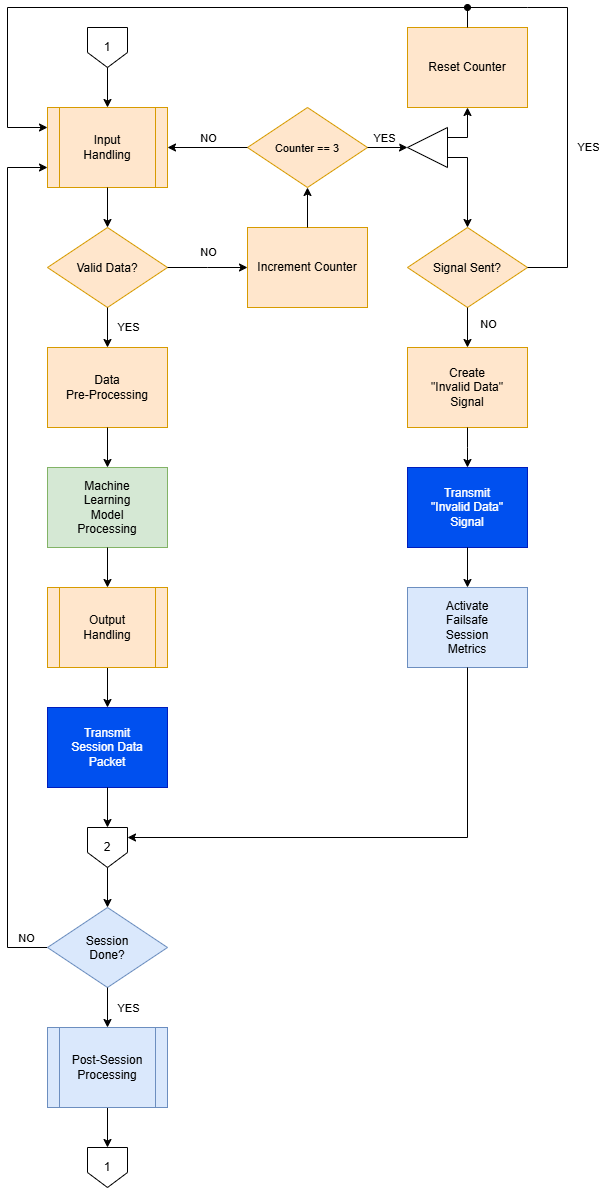
The draw.io diagram system-architecture/assets/sys-op-fc-2.png in ARRR-Coen-Elec-490/docs, before a commit. Source tidied: cells renumbered, new cells last; positions are measured from the earlier drawing's top-left corner, leaving out a move shared by most shapes.
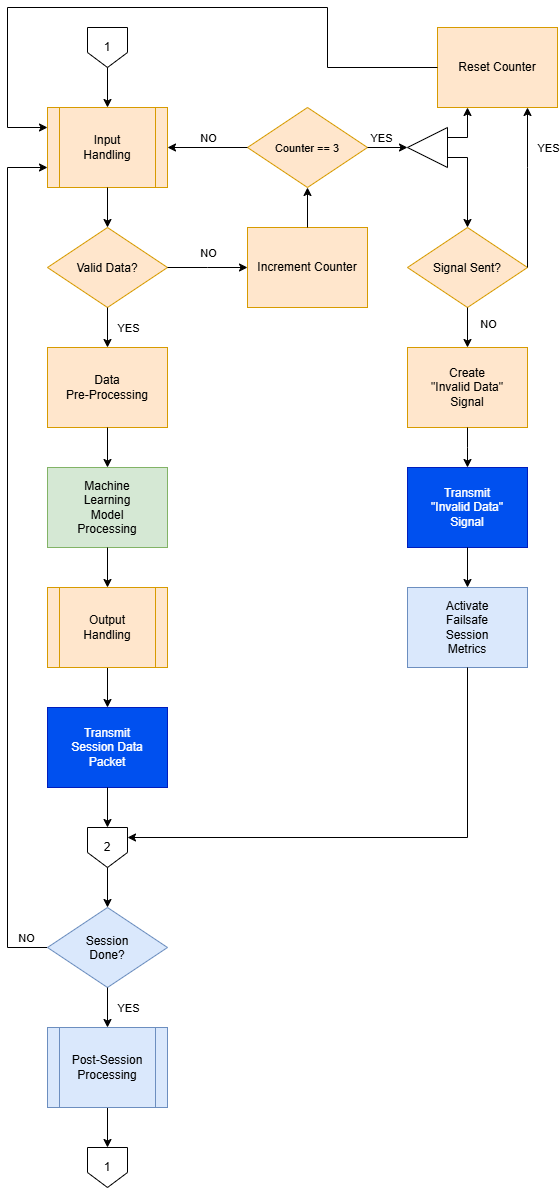
Above is the later version.

Commit message:
Operational Flowchart Changes

Diff of the diagram source:
```diff
@@ -110,7 +110,7 @@
     </mxCell>
     <mxCell id="32" value="YES" style="edgeLabel;html=1;align=center;verticalAlign=middle;inheritText=1;defaultLabelBackgroundColor=page;labelPadding=0 4;" parent="31" vertex="1">
       <mxGeometry x="-0.32" relative="1" as="geometry">
-        <mxPoint x="2" y="-10" as="offset" />
+        <mxPoint y="-10" as="offset" />
       </mxGeometry>
     </mxCell>
     <mxCell id="33" style="endArrow=classic;html=1;rounded=0;defaultLabelBackgroundColor=page;labelPadding=0 4;exitX=0;exitY=0.25;exitDx=0;exitDy=0;" parent="1" edge="1" source="30">
@@ -132,90 +132,85 @@
         <mxPoint x="20" as="offset" />
       </mxGeometry>
     </mxCell>
-    <mxCell id="37" style="endArrow=none;html=1;rounded=0;defaultLabelBackgroundColor=page;labelPadding=0 4;exitX=1;exitY=0.5;exitDx=0;exitDy=0;" parent="1" edge="1" source="34">
-      <mxGeometry relative="1" as="geometry">
-        <mxPoint x="460" y="3" as="targetPoint" />
-        <Array as="points">
-          <mxPoint x="560" y="263" />
-          <mxPoint x="560" y="3" />
-          <mxPoint x="520" y="3" />
-        </Array>
-      </mxGeometry>
+    <mxCell id="37" value="Reset Counter" style="rounded=0;whiteSpace=wrap;html=1;fillColor=#ffe6cc;strokeColor=#d79b00;" parent="1" vertex="1">
+      <mxGeometry x="430" y="23" width="120" height="80" as="geometry" />
     </mxCell>
-    <mxCell id="38" value="YES" style="edgeLabel;html=1;align=center;verticalAlign=middle;inheritText=1;defaultLabelBackgroundColor=page;labelPadding=0 4;" parent="37" vertex="1">
-      <mxGeometry x="-0.23" y="-1" relative="1" as="geometry">
-        <mxPoint x="19" y="-6" as="offset" />
+    <mxCell id="38" style="endArrow=classic;html=1;rounded=0;defaultLabelBackgroundColor=page;labelPadding=0 4;entryX=0;entryY=0.25;entryDx=0;entryDy=0;exitX=0;exitY=0.5;exitDx=0;exitDy=0;" parent="1" edge="1" source="37" target="2">
+      <mxGeometry x="-0.03" relative="1" as="geometry">
+        <Array as="points">
+          <mxPoint x="320" y="63" />
+          <mxPoint x="320" y="3" />
+          <mxPoint y="3" />
+          <mxPoint y="123" />
+        </Array>
       </mxGeometry>
     </mxCell>
-    <mxCell id="39" style="ellipse;whiteSpace=wrap;html=1;shapeInside=1;fillColor=#000000;" parent="1" vertex="1">
-      <mxGeometry x="457" width="6" height="6" as="geometry" />
+    <mxCell id="39" style="endArrow=classic;html=1;rounded=0;defaultLabelBackgroundColor=page;labelPadding=0 4;entryX=0.25;entryY=1;entryDx=0;entryDy=0;exitX=0;exitY=0.75;exitDx=0;exitDy=0;" parent="1" edge="1" source="30" target="37">
+      <mxGeometry relative="1" as="geometry">
+        <Array as="points">
+          <mxPoint x="460" y="133" />
+        </Array>
+      </mxGeometry>
     </mxCell>
-    <mxCell id="40" value="Reset Counter" style="rounded=0;whiteSpace=wrap;html=1;fillColor=#ffe6cc;strokeColor=#d79b00;" parent="1" vertex="1">
-      <mxGeometry x="400" y="23" width="120" height="80" as="geometry" />
+    <mxCell id="40" style="endArrow=classic;html=1;rounded=0;defaultLabelBackgroundColor=page;labelPadding=0 4;exitX=0.5;exitY=1;exitDx=0;exitDy=0;entryX=0.5;entryY=0;entryDx=0;entryDy=0;entryPerimeter=0;" parent="1" edge="1" source="25" target="29">
+      <mxGeometry relative="1" as="geometry" />
     </mxCell>
-    <mxCell id="41" style="endArrow=classic;html=1;rounded=0;defaultLabelBackgroundColor=page;labelPadding=0 4;entryX=0;entryY=0.25;entryDx=0;entryDy=0;exitX=0.5;exitY=0;exitDx=0;exitDy=0;" parent="1" edge="1" source="40" target="2">
-      <mxGeometry x="-0.02" relative="1" as="geometry">
+    <mxCell id="41" style="endArrow=classic;html=1;rounded=0;defaultLabelBackgroundColor=page;labelPadding=0 4;exitX=0.5;exitY=1;exitDx=0;exitDy=0;entryX=1;entryY=0.25;entryDx=0;entryDy=0;entryPerimeter=0;" parent="1" edge="1" source="22" target="29">
+      <mxGeometry relative="1" as="geometry">
         <Array as="points">
-          <mxPoint x="460" y="3" />
-          <mxPoint y="3" />
-          <mxPoint y="123" />
+          <mxPoint x="460" y="833" />
         </Array>
       </mxGeometry>
     </mxCell>
-    <mxCell id="42" style="endArrow=classic;html=1;rounded=0;defaultLabelBackgroundColor=page;labelPadding=0 4;entryX=0.5;entryY=1;entryDx=0;entryDy=0;exitX=0;exitY=0.75;exitDx=0;exitDy=0;" parent="1" edge="1" source="30" target="40">
-      <mxGeometry relative="1" as="geometry">
+    <mxCell id="42" style="endArrow=classic;html=1;rounded=0;defaultLabelBackgroundColor=page;labelPadding=0 4;entryX=0;entryY=0.75;entryDx=0;entryDy=0;exitX=0;exitY=0.5;exitDx=0;exitDy=0;" parent="1" edge="1" source="44" target="2">
+      <mxGeometry x="0.08" relative="1" as="geometry">
         <Array as="points">
-          <mxPoint x="460" y="133" />
+          <mxPoint y="943" />
+          <mxPoint y="163" />
         </Array>
       </mxGeometry>
     </mxCell>
-    <mxCell id="43" style="endArrow=classic;html=1;rounded=0;defaultLabelBackgroundColor=page;labelPadding=0 4;exitX=0.5;exitY=1;exitDx=0;exitDy=0;entryX=0.5;entryY=0;entryDx=0;entryDy=0;entryPerimeter=0;" parent="1" edge="1" source="25" target="29">
-      <mxGeometry relative="1" as="geometry" />
+    <mxCell id="43" value="NO" style="edgeLabel;html=1;align=center;verticalAlign=middle;inheritText=1;defaultLabelBackgroundColor=page;labelPadding=0 4;" parent="42" vertex="1">
+      <mxGeometry x="-0.95" relative="1" as="geometry">
+        <mxPoint y="-10" as="offset" />
+      </mxGeometry>
     </mxCell>
-    <mxCell id="44" style="endArrow=classic;html=1;rounded=0;defaultLabelBackgroundColor=page;labelPadding=0 4;exitX=0.5;exitY=1;exitDx=0;exitDy=0;entryX=1;entryY=0.25;entryDx=0;entryDy=0;entryPerimeter=0;" parent="1" edge="1" source="22" target="29">
-      <mxGeometry relative="1" as="geometry">
-        <Array as="points">
-          <mxPoint x="460" y="833" />
-        </Array>
-      </mxGeometry>
+    <mxCell id="44" value="Session&lt;div&gt;Done?&lt;/div&gt;" style="rhombus;whiteSpace=wrap;html=1;shapeInside=1;fillColor=#dae8fc;strokeColor=#6c8ebf;" parent="1" vertex="1">
+      <mxGeometry x="40" y="903" width="120" height="80" as="geometry" />
     </mxCell>
-    <mxCell id="45" style="endArrow=classic;html=1;rounded=0;defaultLabelBackgroundColor=page;labelPadding=0 4;entryX=0;entryY=0.75;entryDx=0;entryDy=0;exitX=0;exitY=0.5;exitDx=0;exitDy=0;" parent="1" edge="1" source="47" target="2">
-      <mxGeometry x="0.08" relative="1" as="geometry">
-        <Array as="points">
-          <mxPoint y="943" />
-          <mxPoint y="163" />
-        </Array>
-      </mxGeometry>
+    <mxCell id="45" style="endArrow=classic;html=1;rounded=0;defaultLabelBackgroundColor=page;labelPadding=0 4;exitX=0.5;exitY=1;exitDx=0;exitDy=0;exitPerimeter=0;entryX=0.5;entryY=0;entryDx=0;entryDy=0;" parent="1" edge="1" source="29" target="44">
+      <mxGeometry relative="1" as="geometry" />
     </mxCell>
-    <mxCell id="46" value="NO" style="edgeLabel;html=1;align=center;verticalAlign=middle;inheritText=1;defaultLabelBackgroundColor=page;labelPadding=0 4;" parent="45" vertex="1">
-      <mxGeometry x="-0.95" relative="1" as="geometry">
-        <mxPoint y="-10" as="offset" />
+    <mxCell id="46" style="endArrow=classic;html=1;rounded=0;defaultLabelBackgroundColor=page;labelPadding=0 4;entryX=0.5;entryY=0;entryDx=0;entryDy=0;" parent="1" edge="1" target="50">
+      <mxGeometry relative="1" as="geometry">
+        <mxPoint x="100" y="983" as="sourcePoint" />
       </mxGeometry>
     </mxCell>
-    <mxCell id="47" value="Session&lt;div&gt;Done?&lt;/div&gt;" style="rhombus;whiteSpace=wrap;html=1;shapeInside=1;fillColor=#dae8fc;strokeColor=#6c8ebf;" parent="1" vertex="1">
-      <mxGeometry x="40" y="903" width="120" height="80" as="geometry" />
+    <mxCell id="47" value="YES" style="edgeLabel;html=1;align=center;verticalAlign=middle;points=[];inheritText=1;defaultLabelBackgroundColor=page;labelPadding=0 4;" parent="46" vertex="1">
+      <mxGeometry x="0.15" relative="1" as="geometry">
+        <mxPoint x="20" y="-3" as="offset" />
+      </mxGeometry>
     </mxCell>
-    <mxCell id="48" style="endArrow=classic;html=1;rounded=0;defaultLabelBackgroundColor=page;labelPadding=0 4;exitX=0.5;exitY=1;exitDx=0;exitDy=0;exitPerimeter=0;entryX=0.5;entryY=0;entryDx=0;entryDy=0;" parent="1" edge="1" source="29" target="47">
-      <mxGeometry relative="1" as="geometry" />
+    <mxCell id="48" value="1" style="shape=offPageConnector;whiteSpace=wrap;html=1;rotation=0;" parent="1" vertex="1">
+      <mxGeometry x="80" y="1143" width="40" height="40" as="geometry" />
     </mxCell>
-    <mxCell id="49" style="endArrow=classic;html=1;rounded=0;defaultLabelBackgroundColor=page;labelPadding=0 4;entryX=0.5;entryY=0;entryDx=0;entryDy=0;" parent="1" edge="1" target="53">
-      <mxGeometry relative="1" as="geometry">
-        <mxPoint x="100" y="983" as="sourcePoint" />
-      </mxGeometry>
+    <mxCell id="49" style="endArrow=classic;html=1;rounded=0;defaultLabelBackgroundColor=page;labelPadding=0 4;entryX=0.5;entryY=0;entryDx=0;entryDy=0;entryPerimeter=0;exitX=0.5;exitY=1;exitDx=0;exitDy=0;" parent="1" edge="1" source="50" target="48">
+      <mxGeometry relative="1" as="geometry" />
     </mxCell>
-    <mxCell id="50" value="YES" style="edgeLabel;html=1;align=center;verticalAlign=middle;points=[];inheritText=1;defaultLabelBackgroundColor=page;labelPadding=0 4;" parent="49" vertex="1">
-      <mxGeometry x="0.15" relative="1" as="geometry">
-        <mxPoint x="20" y="-3" as="offset" />
-      </mxGeometry>
+    <mxCell id="50" value="Post-Session&lt;div&gt;Processing&lt;/div&gt;" style="shape=process;whiteSpace=wrap;html=1;backgroundOutline=1;fillColor=#dae8fc;strokeColor=#6c8ebf;" parent="1" vertex="1">
+      <mxGeometry x="40" y="1023" width="120" height="80" as="geometry" />
     </mxCell>
-    <mxCell id="51" value="1" style="shape=offPageConnector;whiteSpace=wrap;html=1;rotation=0;" parent="1" vertex="1">
-      <mxGeometry x="80" y="1143" width="40" height="40" as="geometry" />
+    <mxCell id="51" style="endArrow=classic;html=1;rounded=0;defaultLabelBackgroundColor=page;labelPadding=0 4;entryX=0.75;entryY=1;entryDx=0;entryDy=0;exitX=1;exitY=0.5;exitDx=0;exitDy=0;" parent="1" edge="1" source="34" target="37">
+      <mxGeometry relative="1" as="geometry">
+        <Array as="points">
+          <mxPoint x="520" y="163" />
+        </Array>
+      </mxGeometry>
     </mxCell>
-    <mxCell id="52" style="endArrow=classic;html=1;rounded=0;defaultLabelBackgroundColor=page;labelPadding=0 4;entryX=0.5;entryY=0;entryDx=0;entryDy=0;entryPerimeter=0;exitX=0.5;exitY=1;exitDx=0;exitDy=0;" parent="1" edge="1" source="53" target="51">
-      <mxGeometry relative="1" as="geometry" />
+    <mxCell id="52" value="YES" style="edgeLabel;html=1;align=center;verticalAlign=middle;inheritText=1;defaultLabelBackgroundColor=page;labelPadding=0 4;" parent="51" vertex="1">
+      <mxGeometry x="0.16" relative="1" as="geometry">
+        <mxPoint x="20" y="-28" as="offset" />
+      </mxGeometry>
     </mxCell>
-    <mxCell id="53" value="Post-Session&lt;div&gt;Processing&lt;/div&gt;" style="shape=process;whiteSpace=wrap;html=1;backgroundOutline=1;fillColor=#dae8fc;strokeColor=#6c8ebf;" parent="1" vertex="1">
-      <mxGeometry x="40" y="1023" width="120" height="80" as="geometry" />
-    </mxCell>
   </root>
 </mxGraphModel>
```
